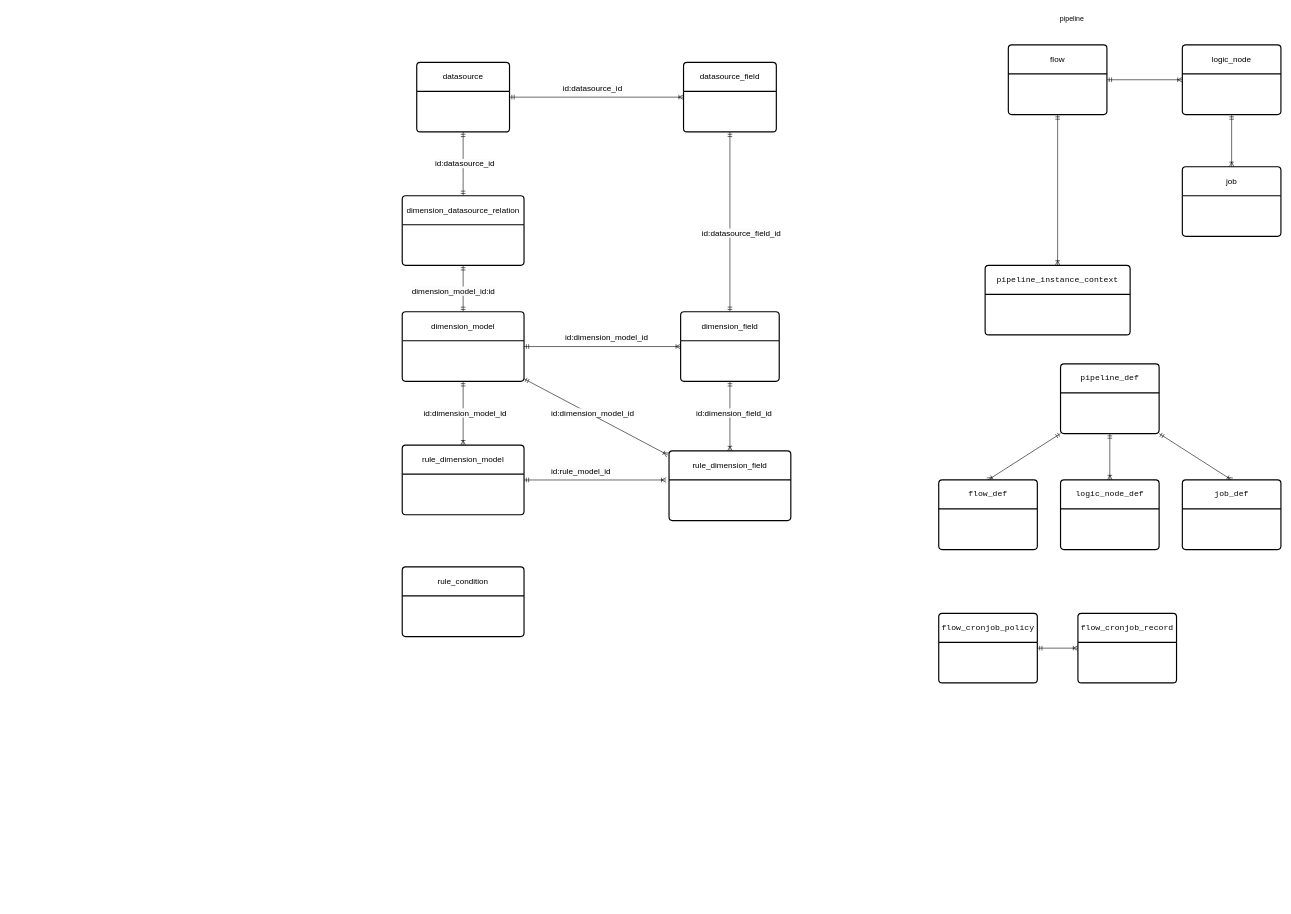
This is 调度引擎.drawio from dnsfm/private, a draw.io file, before an edit. Source tidied: cells renumbered, new cells numbered last; positions are measured from the earlier drawing's top-left corner, leaving out a move shared by most shapes. Both pictures are drawn from the tidied source at 58%, with x=0, y=0 at pixel (402, 10).
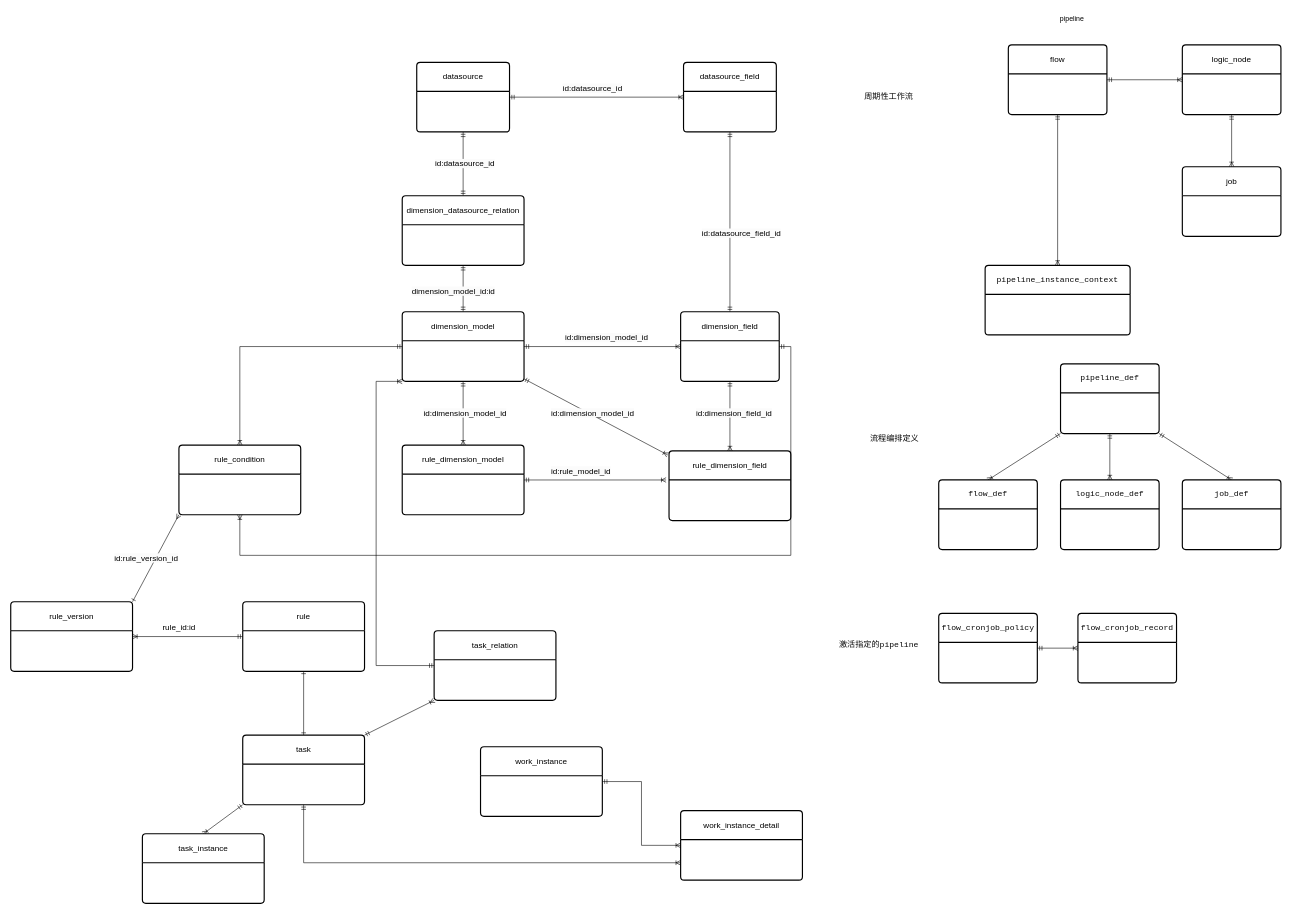
The same page after the edit.

Commit message:
更新调度引擎.drawio

The change refers to these unchanged cells:
```xml
<mxCell id="14" value="dimension_model" style="swimlane;horizontal=1;startSize=50;rounded=1;fontSize=14;fontStyle=0;strokeWidth=2;shadow=0;dashed=0;align=center;arcSize=4;whiteSpace=wrap;html=1;" parent="1" vertex="1">
  <mxGeometry y="520" width="210" height="120" as="geometry" />
</mxCell>
<mxCell id="17" value="dimension_field" style="swimlane;horizontal=1;startSize=50;rounded=1;fontSize=14;fontStyle=0;strokeWidth=2;shadow=0;dashed=0;align=center;arcSize=4;whiteSpace=wrap;html=1;" parent="1" vertex="1">
  <mxGeometry x="480" y="520" width="170" height="120" as="geometry" />
</mxCell>
```

Diff of the diagram source:
```diff
@@
+    <mxCell id="46" style="edgeStyle=orthogonalEdgeStyle;rounded=0;jettySize=auto;html=1;endArrow=ERoneToMany;endFill=0;startArrow=ERmandOne;startFill=0;" parent="1" edge="1" source="14" target="27">
+      <mxGeometry relative="1" as="geometry" />
+    </mxCell>
@@
+    <mxCell id="47" style="edgeStyle=orthogonalEdgeStyle;rounded=0;jettySize=auto;html=1;entryX=1;entryY=0.5;entryDx=0;entryDy=0;exitX=0.5;exitY=1;exitDx=0;exitDy=0;endArrow=ERmandOne;endFill=0;startArrow=ERoneToMany;startFill=0;" parent="1" edge="1" source="27" target="17">
+      <mxGeometry relative="1" as="geometry">
+        <Array as="points">
+          <mxPoint x="-280" y="940" />
+          <mxPoint x="670" y="940" />
+          <mxPoint x="670" y="580" />
+        </Array>
+      </mxGeometry>
+    </mxCell>
     <mxCell id="27" value="rule_condition" style="swimlane;horizontal=1;startSize=50;rounded=1;fontSize=14;fontStyle=0;strokeWidth=2;shadow=0;dashed=0;align=center;arcSize=4;whiteSpace=wrap;html=1;" parent="1" vertex="1">
-      <mxGeometry y="960" width="210" height="120" as="geometry" />
+      <mxGeometry x="-385" y="750" width="210" height="120" as="geometry" />
     </mxCell>
@@
+    <mxCell id="48" value="&lt;pre style=&quot;background-color:#ffffff;color:#080808;font-family:'JetBrains Mono',monospace;font-size:10.5pt;&quot;&gt;激活指定的pipeline&lt;/pre&gt;" style="text;html=1;strokeColor=none;fillColor=none;align=center;verticalAlign=middle;whiteSpace=wrap;rounded=0;" parent="1" vertex="1">
+      <mxGeometry x="792" y="1080" width="60" height="30" as="geometry" />
+    </mxCell>
+    <mxCell id="49" value="&lt;pre style=&quot;background-color: rgb(255, 255, 255); font-family: &amp;quot;JetBrains Mono&amp;quot;, monospace; font-size: 10.5pt;&quot;&gt;流程编排定义&lt;/pre&gt;" style="text;whiteSpace=wrap;html=1;" parent="1" vertex="1">
+      <mxGeometry x="805" y="710" width="140" height="70" as="geometry" />
+    </mxCell>
+    <mxCell id="50" value="&lt;pre style=&quot;background-color: rgb(255, 255, 255); font-family: &amp;quot;JetBrains Mono&amp;quot;, monospace; font-size: 10.5pt;&quot;&gt;&lt;pre style=&quot;color: rgb(8, 8, 8); font-family: &amp;quot;JetBrains Mono&amp;quot;, monospace; font-size: 10.5pt;&quot;&gt;周期性工作流&lt;/pre&gt;&lt;/pre&gt;" style="text;whiteSpace=wrap;html=1;" parent="1" vertex="1">
+      <mxGeometry x="795" y="120" width="140" height="70" as="geometry" />
+    </mxCell>
+    <mxCell id="51" style="rounded=0;jettySize=auto;html=1;entryX=0;entryY=1;entryDx=0;entryDy=0;exitX=1;exitY=0;exitDx=0;exitDy=0;endArrow=ERmany;endFill=0;startArrow=ERone;startFill=0;" parent="1" edge="1" source="52" target="27">
+      <mxGeometry relative="1" as="geometry" />
+    </mxCell>
+    <mxCell id="52" value="rule_version" style="swimlane;horizontal=1;startSize=50;rounded=1;fontSize=14;fontStyle=0;strokeWidth=2;shadow=0;dashed=0;align=center;arcSize=4;whiteSpace=wrap;html=1;" parent="1" vertex="1">
+      <mxGeometry x="-675" y="1020" width="210" height="120" as="geometry" />
+    </mxCell>
+    <mxCell id="53" style="edgeStyle=orthogonalEdgeStyle;rounded=0;jettySize=auto;html=1;entryX=1;entryY=0.5;entryDx=0;entryDy=0;endArrow=ERoneToMany;endFill=0;startArrow=ERmandOne;startFill=0;" parent="1" edge="1" source="55" target="52">
+      <mxGeometry relative="1" as="geometry" />
+    </mxCell>
+    <mxCell id="54" style="edgeStyle=orthogonalEdgeStyle;rounded=0;jettySize=auto;html=1;entryX=0.5;entryY=0;entryDx=0;entryDy=0;endArrow=ERone;endFill=0;startArrow=ERone;startFill=0;" parent="1" edge="1" source="55" target="61">
+      <mxGeometry relative="1" as="geometry" />
+    </mxCell>
+    <mxCell id="55" value="rule" style="swimlane;horizontal=1;startSize=50;rounded=1;fontSize=14;fontStyle=0;strokeWidth=2;shadow=0;dashed=0;align=center;arcSize=4;whiteSpace=wrap;html=1;" parent="1" vertex="1">
+      <mxGeometry x="-275" y="1020" width="210" height="120" as="geometry" />
+    </mxCell>
+    <mxCell id="56" value="&lt;span style=&quot;color: rgb(0, 0, 0); font-family: Helvetica; font-size: 14px; font-style: normal; font-variant-ligatures: normal; font-variant-caps: normal; font-weight: 400; letter-spacing: normal; orphans: 2; text-align: center; text-indent: 0px; text-transform: none; widows: 2; word-spacing: 0px; -webkit-text-stroke-width: 0px; background-color: rgb(251, 251, 251); text-decoration-thickness: initial; text-decoration-style: initial; text-decoration-color: initial; float: none; display: inline !important;&quot;&gt;id:rule_version_id&lt;/span&gt;" style="text;whiteSpace=wrap;html=1;" parent="1" vertex="1">
+      <mxGeometry x="-498" y="930" width="100" height="40" as="geometry" />
+    </mxCell>
+    <mxCell id="57" value="&lt;div style=&quot;text-align: center;&quot;&gt;&lt;span style=&quot;background-color: initial; font-size: 14px;&quot;&gt;rule_id:id&lt;/span&gt;&lt;/div&gt;" style="text;whiteSpace=wrap;html=1;" parent="1" vertex="1">
+      <mxGeometry x="-415" y="1050" width="100" height="40" as="geometry" />
+    </mxCell>
+    <mxCell id="58" style="rounded=0;jettySize=auto;html=1;entryX=0.5;entryY=0;entryDx=0;entryDy=0;exitX=0;exitY=1;exitDx=0;exitDy=0;endArrow=ERoneToMany;endFill=0;startArrow=ERmandOne;startFill=0;" parent="1" edge="1" source="61" target="62">
+      <mxGeometry relative="1" as="geometry" />
+    </mxCell>
+    <mxCell id="59" style="rounded=0;jettySize=auto;html=1;entryX=0;entryY=1;entryDx=0;entryDy=0;exitX=1;exitY=0;exitDx=0;exitDy=0;endArrow=ERoneToMany;endFill=0;startArrow=ERmandOne;startFill=0;" parent="1" edge="1" source="61" target="64">
+      <mxGeometry relative="1" as="geometry" />
+    </mxCell>
+    <mxCell id="60" style="edgeStyle=orthogonalEdgeStyle;rounded=0;jettySize=auto;html=1;entryX=0;entryY=0.75;entryDx=0;entryDy=0;exitX=0.5;exitY=1;exitDx=0;exitDy=0;endArrow=ERoneToMany;endFill=0;startArrow=ERmandOne;startFill=0;" parent="1" edge="1" source="61" target="67">
+      <mxGeometry relative="1" as="geometry" />
+    </mxCell>
+    <mxCell id="61" value="task" style="swimlane;horizontal=1;startSize=50;rounded=1;fontSize=14;fontStyle=0;strokeWidth=2;shadow=0;dashed=0;align=center;arcSize=4;whiteSpace=wrap;html=1;" parent="1" vertex="1">
+      <mxGeometry x="-275" y="1250" width="210" height="120" as="geometry" />
+    </mxCell>
+    <mxCell id="62" value="task_instance" style="swimlane;horizontal=1;startSize=50;rounded=1;fontSize=14;fontStyle=0;strokeWidth=2;shadow=0;dashed=0;align=center;arcSize=4;whiteSpace=wrap;html=1;" parent="1" vertex="1">
+      <mxGeometry x="-448" y="1420" width="210" height="120" as="geometry" />
+    </mxCell>
+    <mxCell id="63" style="edgeStyle=orthogonalEdgeStyle;rounded=0;jettySize=auto;html=1;entryX=0;entryY=1;entryDx=0;entryDy=0;endArrow=ERoneToMany;endFill=0;startArrow=ERmandOne;startFill=0;" parent="1" edge="1" source="64" target="14">
+      <mxGeometry relative="1" as="geometry">
+        <Array as="points">
+          <mxPoint x="-45" y="1130" />
+          <mxPoint x="-45" y="640" />
+        </Array>
+      </mxGeometry>
+    </mxCell>
+    <mxCell id="64" value="task_relation" style="swimlane;horizontal=1;startSize=50;rounded=1;fontSize=14;fontStyle=0;strokeWidth=2;shadow=0;dashed=0;align=center;arcSize=4;whiteSpace=wrap;html=1;" parent="1" vertex="1">
+      <mxGeometry x="55" y="1070" width="210" height="120" as="geometry" />
+    </mxCell>
+    <mxCell id="65" style="edgeStyle=orthogonalEdgeStyle;rounded=0;jettySize=auto;html=1;entryX=0;entryY=0.5;entryDx=0;entryDy=0;endArrow=ERoneToMany;endFill=0;startArrow=ERmandOne;startFill=0;" parent="1" edge="1" source="66" target="67">
+      <mxGeometry relative="1" as="geometry" />
+    </mxCell>
+    <mxCell id="66" value="work_instance" style="swimlane;horizontal=1;startSize=50;rounded=1;fontSize=14;fontStyle=0;strokeWidth=2;shadow=0;dashed=0;align=center;arcSize=4;whiteSpace=wrap;html=1;" parent="1" vertex="1">
+      <mxGeometry x="135" y="1270" width="210" height="120" as="geometry" />
+    </mxCell>
+    <mxCell id="67" value="work_instance_detail" style="swimlane;horizontal=1;startSize=50;rounded=1;fontSize=14;fontStyle=0;strokeWidth=2;shadow=0;dashed=0;align=center;arcSize=4;whiteSpace=wrap;html=1;" parent="1" vertex="1">
+      <mxGeometry x="480" y="1380" width="210" height="120" as="geometry" />
+    </mxCell>
```
